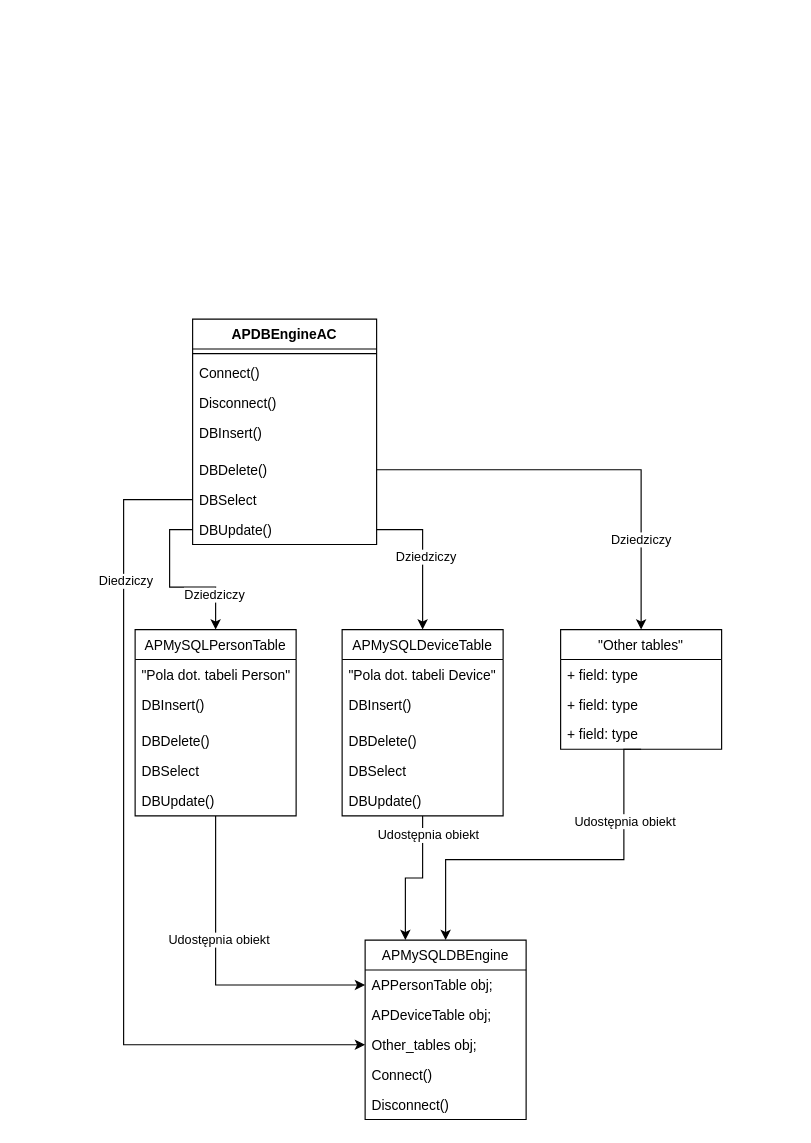
Above: LogisticaDBClassGraph.drawio in ATSP5/Logistica (draw.io), before the change. Source tidied: cells renumbered, new cells numbered last; positions are measured from the earlier drawing's top-left corner, leaving out a move shared by most shapes. Both pictures are drawn from the tidied source at 115%, with x=0, y=0 at pixel (123, 319).
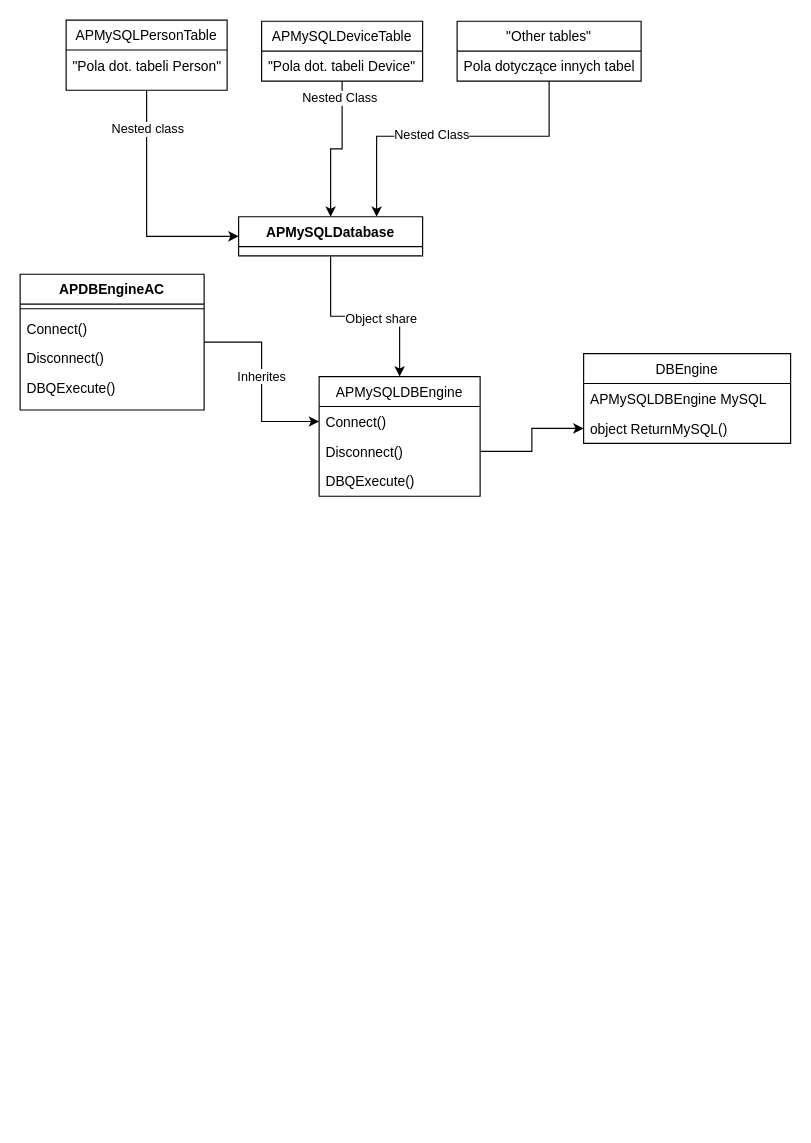
The same page after the edit.

What changed in the source:
```diff
@@
+    <mxCell id="46" style="edgeStyle=orthogonalEdgeStyle;rounded=0;jettySize=auto;html=1;entryX=0;entryY=0.5;entryDx=0;entryDy=0;" parent="1" edge="1" source="2" target="42">
+      <mxGeometry relative="1" as="geometry" />
+    </mxCell>
+    <mxCell id="47" value="Inherites" style="edgeLabel;html=1;align=center;verticalAlign=middle;" parent="46" vertex="1">
+      <mxGeometry x="-0.07" y="-1" relative="1" as="geometry" />
+    </mxCell>
     <mxCell id="2" value="APDBEngineAC" style="swimlane;fontStyle=1;align=center;verticalAlign=top;horizontal=1;startSize=26;" parent="1" vertex="1">
-      <mxGeometry x="60" width="160" height="196" as="geometry" />
+      <mxGeometry x="-90" y="-39" width="160" height="118" as="geometry" />
     </mxCell>
@@
-    <mxCell id="6" value="DBInsert()&#10;" style="text;strokeColor=none;fillColor=none;align=left;verticalAlign=top;spacingLeft=4;spacingRight=4;overflow=hidden;" parent="2" vertex="1">
+    <mxCell id="6" value="DBQExecute()&#10;" style="text;strokeColor=none;fillColor=none;align=left;verticalAlign=top;spacingLeft=4;spacingRight=4;overflow=hidden;" parent="2" vertex="1">
       <mxGeometry y="86" width="160" height="32" as="geometry" />
     </mxCell>
-    <mxCell id="7" value="DBDelete()" style="text;strokeColor=none;fillColor=none;align=left;verticalAlign=top;spacingLeft=4;spacingRight=4;overflow=hidden;points=[[0,0.5],[1,0.5]];portConstraint=eastwest;" parent="2" vertex="1">
-      <mxGeometry y="118" width="160" height="26" as="geometry" />
-    </mxCell>
-    <mxCell id="8" value="DBSelect" style="text;strokeColor=none;fillColor=none;align=left;verticalAlign=top;spacingLeft=4;spacingRight=4;overflow=hidden;points=[[0,0.5],[1,0.5]];portConstraint=eastwest;" parent="2" vertex="1">
-      <mxGeometry y="144" width="160" height="26" as="geometry" />
-    </mxCell>
-    <mxCell id="9" value="DBUpdate()" style="text;strokeColor=none;fillColor=none;align=left;verticalAlign=top;spacingLeft=4;spacingRight=4;overflow=hidden;points=[[0,0.5],[1,0.5]];portConstraint=eastwest;" parent="2" vertex="1">
-      <mxGeometry y="170" width="160" height="26" as="geometry" />
-    </mxCell>
-    <mxCell id="10" style="edgeStyle=orthogonalEdgeStyle;rounded=0;jettySize=auto;html=1;exitX=0.5;exitY=1;exitDx=0;exitDy=0;" parent="1" edge="1" source="12" target="39">
-      <mxGeometry relative="1" as="geometry" />
-    </mxCell>
-    <mxCell id="11" value="Udostępnia obiekt" style="edgeLabel;html=1;align=center;verticalAlign=middle;" parent="10" vertex="1">
-      <mxGeometry x="-0.23" y="2" relative="1" as="geometry" />
-    </mxCell>
+    <mxCell id="48" style="edgeStyle=orthogonalEdgeStyle;rounded=0;jettySize=auto;html=1;exitX=0.5;exitY=1;exitDx=0;exitDy=0;entryX=0;entryY=0.5;entryDx=0;entryDy=0;" parent="1" edge="1" source="12" target="57">
+      <mxGeometry relative="1" as="geometry" />
+    </mxCell>
+    <mxCell id="49" value="Nested class" style="edgeLabel;html=1;align=center;verticalAlign=middle;" parent="48" vertex="1">
+      <mxGeometry x="-0.68" relative="1" as="geometry" />
+    </mxCell>
     <mxCell id="12" value="APMySQLPersonTable" style="swimlane;fontStyle=0;horizontal=1;startSize=26;fillColor=none;" parent="1" vertex="1">
-      <mxGeometry x="10" y="270" width="140" height="162" as="geometry" />
+      <mxGeometry x="-50" y="-260" width="140" height="61" as="geometry" />
     </mxCell>
-    <mxCell id="13" value="&quot;Pola dot. tabeli Person&quot;" style="text;strokeColor=none;fillColor=none;align=left;verticalAlign=top;spacingLeft=4;spacingRight=4;overflow=hidden;" parent="12" vertex="1">
-      <mxGeometry y="26" width="140" height="26" as="geometry" />
-    </mxCell>
-    <mxCell id="14" value="DBInsert()&#10;" style="text;strokeColor=none;fillColor=none;align=left;verticalAlign=top;spacingLeft=4;spacingRight=4;overflow=hidden;" parent="12" vertex="1">
-      <mxGeometry y="52" width="140" height="32" as="geometry" />
-    </mxCell>
-    <mxCell id="15" value="DBDelete()" style="text;strokeColor=none;fillColor=none;align=left;verticalAlign=top;spacingLeft=4;spacingRight=4;overflow=hidden;" parent="12" vertex="1">
-      <mxGeometry y="84" width="140" height="26" as="geometry" />
-    </mxCell>
-    <mxCell id="16" value="DBSelect" style="text;strokeColor=none;fillColor=none;align=left;verticalAlign=top;spacingLeft=4;spacingRight=4;overflow=hidden;" parent="12" vertex="1">
-      <mxGeometry y="110" width="140" height="26" as="geometry" />
-    </mxCell>
-    <mxCell id="17" value="DBUpdate()" style="text;strokeColor=none;fillColor=none;align=left;verticalAlign=top;spacingLeft=4;spacingRight=4;overflow=hidden;" parent="12" vertex="1">
-      <mxGeometry y="136" width="140" height="26" as="geometry" />
-    </mxCell>
-    <mxCell id="18" style="edgeStyle=orthogonalEdgeStyle;rounded=0;jettySize=auto;html=1;exitX=0.5;exitY=1;exitDx=0;exitDy=0;entryX=0.25;entryY=0;entryDx=0;entryDy=0;" parent="1" edge="1" source="20" target="38">
-      <mxGeometry relative="1" as="geometry" />
-    </mxCell>
-    <mxCell id="19" value="Udostępnia obiekt" style="edgeLabel;html=1;align=center;verticalAlign=middle;" parent="18" vertex="1">
-      <mxGeometry x="-0.74" y="4" relative="1" as="geometry" />
-    </mxCell>
+    <mxCell id="50" style="edgeStyle=orthogonalEdgeStyle;rounded=0;jettySize=auto;html=1;entryX=0.5;entryY=0;entryDx=0;entryDy=0;" parent="1" edge="1" source="20" target="57">
+      <mxGeometry relative="1" as="geometry" />
+    </mxCell>
+    <mxCell id="51" value="Nested Class" style="edgeLabel;html=1;align=center;verticalAlign=middle;" parent="50" vertex="1">
+      <mxGeometry x="-0.78" y="-3" relative="1" as="geometry" />
+    </mxCell>
     <mxCell id="20" value="APMySQLDeviceTable" style="swimlane;fontStyle=0;horizontal=1;startSize=26;fillColor=none;" parent="1" vertex="1">
-      <mxGeometry x="190" y="270" width="140" height="162" as="geometry" />
+      <mxGeometry x="120" y="-259" width="140" height="52" as="geometry" />
     </mxCell>
@@
-    <mxCell id="22" value="DBInsert()&#10;" style="text;strokeColor=none;fillColor=none;align=left;verticalAlign=top;spacingLeft=4;spacingRight=4;overflow=hidden;" parent="20" vertex="1">
-      <mxGeometry y="52" width="140" height="32" as="geometry" />
-    </mxCell>
-    <mxCell id="23" value="DBDelete()" style="text;strokeColor=none;fillColor=none;align=left;verticalAlign=top;spacingLeft=4;spacingRight=4;overflow=hidden;" parent="20" vertex="1">
-      <mxGeometry y="84" width="140" height="26" as="geometry" />
-    </mxCell>
-    <mxCell id="24" value="DBSelect" style="text;strokeColor=none;fillColor=none;align=left;verticalAlign=top;spacingLeft=4;spacingRight=4;overflow=hidden;" parent="20" vertex="1">
-      <mxGeometry y="110" width="140" height="26" as="geometry" />
-    </mxCell>
-    <mxCell id="25" value="DBUpdate()" style="text;strokeColor=none;fillColor=none;align=left;verticalAlign=top;spacingLeft=4;spacingRight=4;overflow=hidden;" parent="20" vertex="1">
-      <mxGeometry y="136" width="140" height="26" as="geometry" />
-    </mxCell>
-    <mxCell id="26" style="edgeStyle=orthogonalEdgeStyle;rounded=0;jettySize=auto;html=1;exitX=0.5;exitY=1;exitDx=0;exitDy=0;entryX=0.5;entryY=0;entryDx=0;entryDy=0;" parent="1" edge="1" source="28" target="38">
-      <mxGeometry relative="1" as="geometry">
-        <Array as="points">
-          <mxPoint x="435" y="470" />
-          <mxPoint x="280" y="470" />
-        </Array>
-      </mxGeometry>
-    </mxCell>
-    <mxCell id="27" value="Udostępnia obiekt" style="edgeLabel;html=1;align=center;verticalAlign=middle;" parent="26" vertex="1">
-      <mxGeometry x="-0.54" relative="1" as="geometry" />
-    </mxCell>
+    <mxCell id="52" style="edgeStyle=orthogonalEdgeStyle;rounded=0;jettySize=auto;html=1;entryX=0.75;entryY=0;entryDx=0;entryDy=0;" parent="1" edge="1" source="28" target="57">
+      <mxGeometry relative="1" as="geometry">
+        <Array as="points">
+          <mxPoint x="370" y="-159" />
+          <mxPoint x="220" y="-159" />
+        </Array>
+      </mxGeometry>
+    </mxCell>
+    <mxCell id="53" value="Nested Class" style="edgeLabel;html=1;align=center;verticalAlign=middle;" parent="52" vertex="1">
+      <mxGeometry x="0.13" y="-2" relative="1" as="geometry" />
+    </mxCell>
     <mxCell id="28" value="&quot;Other tables&quot;" style="swimlane;fontStyle=0;horizontal=1;startSize=26;fillColor=none;" parent="1" vertex="1">
-      <mxGeometry x="380" y="270" width="140" height="104" as="geometry" />
+      <mxGeometry x="290" y="-259" width="160" height="52" as="geometry" />
     </mxCell>
-    <mxCell id="29" value="+ field: type" style="text;strokeColor=none;fillColor=none;align=left;verticalAlign=top;spacingLeft=4;spacingRight=4;overflow=hidden;" parent="28" vertex="1">
-      <mxGeometry y="26" width="140" height="26" as="geometry" />
+    <mxCell id="29" value="Pola dotyczące innych tabel" style="text;strokeColor=none;fillColor=none;align=left;verticalAlign=top;spacingLeft=4;spacingRight=4;overflow=hidden;" parent="28" vertex="1">
+      <mxGeometry y="26" width="160" height="26" as="geometry" />
     </mxCell>
-    <mxCell id="30" value="+ field: type" style="text;strokeColor=none;fillColor=none;align=left;verticalAlign=top;spacingLeft=4;spacingRight=4;overflow=hidden;" parent="28" vertex="1">
-      <mxGeometry y="52" width="140" height="26" as="geometry" />
-    </mxCell>
-    <mxCell id="31" value="+ field: type" style="text;strokeColor=none;fillColor=none;align=left;verticalAlign=top;spacingLeft=4;spacingRight=4;overflow=hidden;" parent="28" vertex="1">
-      <mxGeometry y="78" width="140" height="26" as="geometry" />
-    </mxCell>
-    <mxCell id="32" style="edgeStyle=orthogonalEdgeStyle;rounded=0;jettySize=auto;html=1;exitX=0;exitY=0.5;exitDx=0;exitDy=0;entryX=0.5;entryY=0;entryDx=0;entryDy=0;" parent="1" edge="1" source="9" target="12">
-      <mxGeometry relative="1" as="geometry" />
-    </mxCell>
-    <mxCell id="33" value="Dziedziczy" style="edgeLabel;html=1;align=center;verticalAlign=middle;" parent="32" vertex="1">
-      <mxGeometry x="0.58" y="-2" relative="1" as="geometry" />
-    </mxCell>
-    <mxCell id="34" style="edgeStyle=orthogonalEdgeStyle;rounded=0;jettySize=auto;html=1;exitX=1;exitY=0.5;exitDx=0;exitDy=0;entryX=0.5;entryY=0;entryDx=0;entryDy=0;" parent="1" edge="1" source="9" target="20">
-      <mxGeometry relative="1" as="geometry" />
-    </mxCell>
-    <mxCell id="35" value="Dziedziczy" style="edgeLabel;html=1;align=center;verticalAlign=middle;" parent="34" vertex="1">
-      <mxGeometry x="-0.01" y="2" relative="1" as="geometry" />
-    </mxCell>
-    <mxCell id="36" style="edgeStyle=orthogonalEdgeStyle;rounded=0;jettySize=auto;html=1;exitX=1;exitY=0.5;exitDx=0;exitDy=0;entryX=0.5;entryY=0;entryDx=0;entryDy=0;" parent="1" edge="1" source="7" target="28">
-      <mxGeometry relative="1" as="geometry" />
-    </mxCell>
-    <mxCell id="37" value="Dziedziczy" style="edgeLabel;html=1;align=center;verticalAlign=middle;" parent="36" vertex="1">
-      <mxGeometry x="0.57" y="-1" relative="1" as="geometry" />
-    </mxCell>
     <mxCell id="38" value="APMySQLDBEngine" style="swimlane;fontStyle=0;horizontal=1;startSize=26;fillColor=none;" parent="1" vertex="1">
-      <mxGeometry x="210" y="540" width="140" height="156" as="geometry" />
+      <mxGeometry x="170" y="50" width="140" height="104" as="geometry" />
     </mxCell>
-    <mxCell id="39" value="APPersonTable obj;" style="text;strokeColor=none;fillColor=none;align=left;verticalAlign=top;spacingLeft=4;spacingRight=4;overflow=hidden;points=[[0,0.5],[1,0.5]];portConstraint=eastwest;" parent="38" vertex="1">
-      <mxGeometry y="26" width="140" height="26" as="geometry" />
-    </mxCell>
-    <mxCell id="40" value="APDeviceTable obj;" style="text;strokeColor=none;fillColor=none;align=left;verticalAlign=top;spacingLeft=4;spacingRight=4;overflow=hidden;" parent="38" vertex="1">
-      <mxGeometry y="52" width="140" height="26" as="geometry" />
-    </mxCell>
-    <mxCell id="41" value="Other_tables obj;" style="text;strokeColor=none;fillColor=none;align=left;verticalAlign=top;spacingLeft=4;spacingRight=4;overflow=hidden;points=[[0,0.5],[1,0.5]];portConstraint=eastwest;" parent="38" vertex="1">
-      <mxGeometry y="78" width="140" height="26" as="geometry" />
-    </mxCell>
     <mxCell id="42" value="Connect()" style="text;strokeColor=none;fillColor=none;align=left;verticalAlign=top;spacingLeft=4;spacingRight=4;overflow=hidden;points=[[0,0.5],[1,0.5]];portConstraint=eastwest;" parent="38" vertex="1">
-      <mxGeometry y="104" width="140" height="26" as="geometry" />
+      <mxGeometry y="26" width="140" height="26" as="geometry" />
     </mxCell>
     <mxCell id="43" value="Disconnect()" style="text;strokeColor=none;fillColor=none;align=left;verticalAlign=top;spacingLeft=4;spacingRight=4;overflow=hidden;points=[[0,0.5],[1,0.5]];portConstraint=eastwest;" parent="38" vertex="1">
-      <mxGeometry y="130" width="140" height="26" as="geometry" />
+      <mxGeometry y="52" width="140" height="26" as="geometry" />
     </mxCell>
-    <mxCell id="44" style="edgeStyle=orthogonalEdgeStyle;rounded=0;jettySize=auto;html=1;exitX=0;exitY=0.5;exitDx=0;exitDy=0;" parent="1" edge="1" source="8" target="41">
-      <mxGeometry relative="1" as="geometry">
-        <Array as="points">
-          <mxPoint y="157" />
-          <mxPoint y="631" />
-        </Array>
-      </mxGeometry>
-    </mxCell>
-    <mxCell id="45" value="Diedziczy" style="edgeLabel;html=1;align=center;verticalAlign=middle;" parent="44" vertex="1">
-      <mxGeometry x="-0.65" y="1" relative="1" as="geometry" />
-    </mxCell>
+    <mxCell id="54" value="DBQExecute()&#10;" style="text;strokeColor=none;fillColor=none;align=left;verticalAlign=top;spacingLeft=4;spacingRight=4;overflow=hidden;" parent="38" vertex="1">
+      <mxGeometry y="78" width="140" height="26" as="geometry" />
+    </mxCell>
+    <mxCell id="55" style="edgeStyle=orthogonalEdgeStyle;rounded=0;jettySize=auto;html=1;entryX=0.5;entryY=0;entryDx=0;entryDy=0;" parent="1" edge="1" source="57" target="38">
+      <mxGeometry relative="1" as="geometry" />
+    </mxCell>
+    <mxCell id="56" value="Object share" style="edgeLabel;html=1;align=center;verticalAlign=middle;" parent="55" vertex="1">
+      <mxGeometry x="0.16" y="-1" relative="1" as="geometry">
+        <mxPoint y="1" as="offset" />
+      </mxGeometry>
+    </mxCell>
+    <mxCell id="57" value="APMySQLDatabase" style="swimlane;fontStyle=1;align=center;verticalAlign=top;horizontal=1;startSize=26;" parent="1" vertex="1">
+      <mxGeometry x="100" y="-89" width="160" height="34" as="geometry" />
+    </mxCell>
+    <mxCell id="13" value="&quot;Pola dot. tabeli Person&quot;" style="text;strokeColor=none;fillColor=none;align=left;verticalAlign=top;spacingLeft=4;spacingRight=4;overflow=hidden;" parent="1" vertex="1">
+      <mxGeometry x="-50" y="-233" width="140" height="26" as="geometry" />
+    </mxCell>
+    <mxCell id="58" value="DBEngine" style="swimlane;fontStyle=0;horizontal=1;startSize=26;fillColor=none;" parent="1" vertex="1">
+      <mxGeometry x="400" y="30" width="180" height="78" as="geometry" />
+    </mxCell>
+    <mxCell id="59" value="APMySQLDBEngine MySQL" style="text;strokeColor=none;fillColor=none;align=left;verticalAlign=top;spacingLeft=4;spacingRight=4;overflow=hidden;" parent="58" vertex="1">
+      <mxGeometry y="26" width="180" height="26" as="geometry" />
+    </mxCell>
+    <mxCell id="60" value="object ReturnMySQL()" style="text;strokeColor=none;fillColor=none;align=left;verticalAlign=top;spacingLeft=4;spacingRight=4;overflow=hidden;points=[[0,0.5],[1,0.5]];portConstraint=eastwest;" parent="58" vertex="1">
+      <mxGeometry y="52" width="180" height="26" as="geometry" />
+    </mxCell>
+    <mxCell id="61" style="edgeStyle=orthogonalEdgeStyle;rounded=0;jettySize=auto;html=1;" parent="1" edge="1" source="43" target="60">
+      <mxGeometry relative="1" as="geometry" />
+    </mxCell>
```
